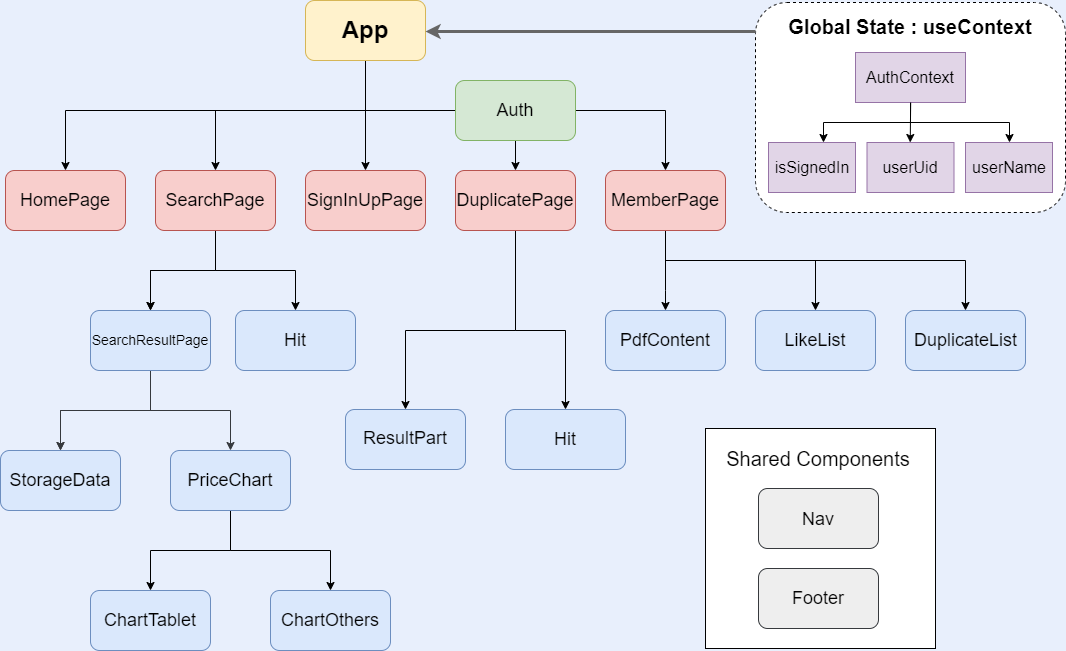
The draw.io diagram src/img/componentStructure.png in HeronCheng/Drugs-4-U, before a commit. Source tidied: cells renumbered, new cells last; positions are measured from the earlier drawing's top-left corner, leaving out a move shared by most shapes.
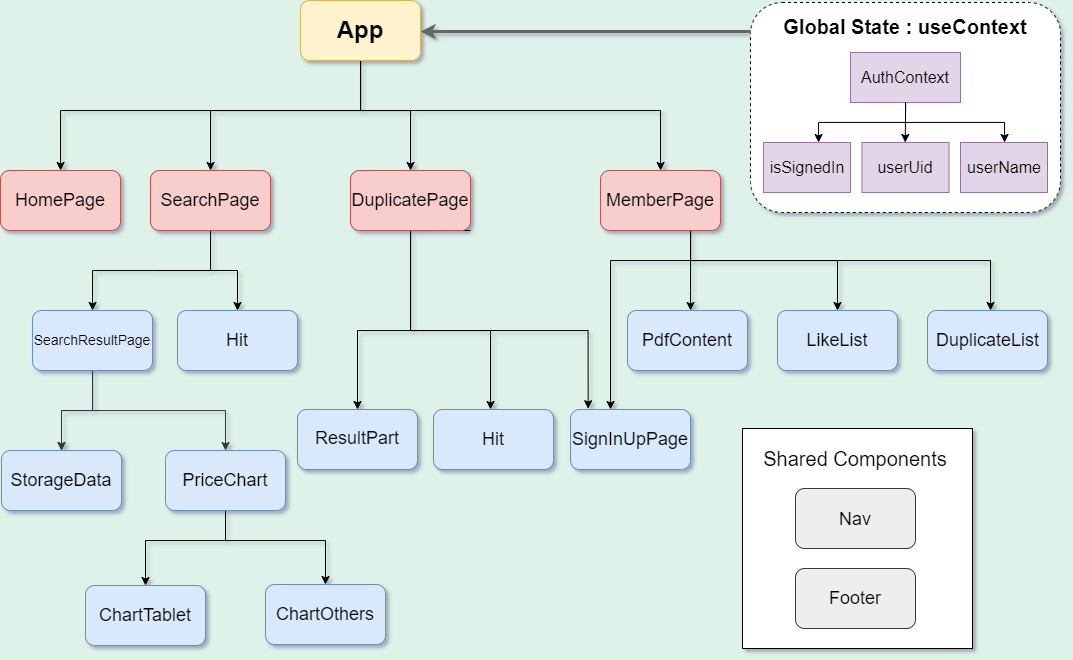
The same diagram one commit later.

Commit message:
依照老師建議更改使用者登入的component寫法並重新繪製component structure design

The edit, as a diff of the source:
```diff
@@ -1,2 +1,2 @@
-<mxGraphModel background="#E8EFFC">
+<mxGraphModel background="#DFF2EA">
   <root>
@@ -24,3 +24,3 @@
           <mxPoint x="365" y="110" />
-          <mxPoint x="515" y="110" />
+          <mxPoint x="415" y="110" />
         </Array>
@@ -36,5 +36,2 @@
     </mxCell>
-    <mxCell id="6" style="edgeStyle=orthogonalEdgeStyle;rounded=0;jettySize=auto;html=1;fontSize=18;fontFamily=Helvetica;" parent="1" edge="1" source="7" target="12">
-      <mxGeometry relative="1" as="geometry" />
-    </mxCell>
     <mxCell id="7" value="&lt;font style=&quot;font-size: 24px;&quot;&gt;&lt;b&gt;App&lt;/b&gt;&lt;/font&gt;" style="rounded=1;whiteSpace=wrap;html=1;fontFamily=Helvetica;fillColor=#fff2cc;strokeColor=#d6b656;" parent="1" vertex="1">
@@ -45,13 +42,5 @@
     </mxCell>
-    <mxCell id="9" style="edgeStyle=orthogonalEdgeStyle;rounded=0;jettySize=auto;html=1;fontSize=18;fontFamily=Helvetica;" parent="1" edge="1" source="11" target="23">
-      <mxGeometry relative="1" as="geometry" />
-    </mxCell>
-    <mxCell id="10" style="edgeStyle=orthogonalEdgeStyle;rounded=0;jettySize=auto;html=1;fontSize=18;fontFamily=Helvetica;" parent="1" edge="1" source="11" target="23">
-      <mxGeometry relative="1" as="geometry">
-        <Array as="points">
-          <mxPoint x="215" y="270" />
-          <mxPoint x="150" y="270" />
-        </Array>
-      </mxGeometry>
-    </mxCell>
+    <mxCell id="59" style="edgeStyle=orthogonalEdgeStyle;rounded=0;jettySize=auto;html=1;fontSize=18;fontFamily=Helvetica;" parent="1" edge="1" source="11" target="23">
+      <mxGeometry relative="1" as="geometry" />
+    </mxCell>
     <mxCell id="11" value="&lt;span style=&quot;font-size: 18px;&quot;&gt;SearchPage&lt;/span&gt;" style="rounded=1;whiteSpace=wrap;html=1;fontFamily=Helvetica;fillColor=#f8cecc;strokeColor=#b85450;" parent="1" vertex="1">
@@ -59,5 +48,2 @@
     </mxCell>
-    <mxCell id="12" value="&lt;span style=&quot;font-size: 18px;&quot;&gt;SignInUpPage&lt;/span&gt;" style="whiteSpace=wrap;html=1;rounded=1;fontFamily=Helvetica;fillColor=#f8cecc;strokeColor=#b85450;" parent="1" vertex="1">
-      <mxGeometry x="305" y="170" width="120" height="60" as="geometry" />
-    </mxCell>
     <mxCell id="13" style="edgeStyle=orthogonalEdgeStyle;rounded=0;jettySize=auto;html=1;fontSize=18;fontFamily=Helvetica;" parent="1" edge="1" source="15" target="35">
@@ -65,4 +51,4 @@
         <Array as="points">
-          <mxPoint x="515" y="330" />
-          <mxPoint x="565" y="330" />
+          <mxPoint x="415" y="330" />
+          <mxPoint x="495" y="330" />
         </Array>
@@ -70,12 +56,21 @@
     </mxCell>
-    <mxCell id="14" style="edgeStyle=orthogonalEdgeStyle;rounded=0;jettySize=auto;html=1;fontFamily=Helvetica;fontSize=16;fontColor=#000000;" parent="1" edge="1" source="15" target="41">
-      <mxGeometry relative="1" as="geometry">
-        <Array as="points">
-          <mxPoint x="515" y="330" />
-          <mxPoint x="405" y="330" />
-        </Array>
-      </mxGeometry>
-    </mxCell>
+    <mxCell id="60" style="edgeStyle=orthogonalEdgeStyle;rounded=0;jettySize=auto;html=1;fontFamily=Helvetica;fontSize=16;fontColor=#000000;" parent="1" edge="1" source="15" target="69">
+      <mxGeometry relative="1" as="geometry">
+        <Array as="points">
+          <mxPoint x="415" y="330" />
+          <mxPoint x="362" y="330" />
+        </Array>
+      </mxGeometry>
+    </mxCell>
+    <mxCell id="61" style="edgeStyle=orthogonalEdgeStyle;rounded=0;jettySize=auto;html=1;exitX=1;exitY=1;exitDx=0;exitDy=0;entryX=0.147;entryY=-0.013;entryDx=0;entryDy=0;entryPerimeter=0;" parent="1" edge="1" source="15" target="12">
+      <mxGeometry relative="1" as="geometry">
+        <Array as="points">
+          <mxPoint x="415" y="230" />
+          <mxPoint x="415" y="330" />
+          <mxPoint x="593" y="330" />
+        </Array>
+      </mxGeometry>
+    </mxCell>
     <mxCell id="15" value="&lt;span style=&quot;font-size: 18px;&quot;&gt;DuplicatePage&lt;/span&gt;" style="whiteSpace=wrap;html=1;rounded=1;fontFamily=Helvetica;fillColor=#f8cecc;strokeColor=#b85450;" parent="1" vertex="1">
-      <mxGeometry x="455" y="170" width="120" height="60" as="geometry" />
+      <mxGeometry x="355" y="170" width="120" height="60" as="geometry" />
     </mxCell>
@@ -84,4 +79,4 @@
         <Array as="points">
-          <mxPoint x="665" y="290" />
-          <mxPoint x="665" y="290" />
+          <mxPoint x="695" y="290" />
+          <mxPoint x="695" y="290" />
         </Array>
@@ -92,4 +87,4 @@
         <Array as="points">
-          <mxPoint x="665" y="260" />
-          <mxPoint x="815" y="260" />
+          <mxPoint x="695" y="260" />
+          <mxPoint x="842" y="260" />
         </Array>
@@ -97,11 +92,19 @@
     </mxCell>
-    <mxCell id="18" style="edgeStyle=orthogonalEdgeStyle;rounded=0;jettySize=auto;html=1;exitX=1;exitY=0.25;exitDx=0;exitDy=0;fontFamily=Helvetica;fontSize=18;fontColor=#000000;" parent="1" edge="1" source="19" target="40">
-      <mxGeometry relative="1" as="geometry">
-        <Array as="points">
-          <mxPoint x="665" y="185" />
-          <mxPoint x="665" y="260" />
-          <mxPoint x="965" y="260" />
-        </Array>
-      </mxGeometry>
-    </mxCell>
+    <mxCell id="62" style="edgeStyle=orthogonalEdgeStyle;rounded=0;jettySize=auto;html=1;exitX=1;exitY=0.25;exitDx=0;exitDy=0;fontFamily=Helvetica;fontSize=18;fontColor=#000000;" parent="1" edge="1" source="19" target="68">
+      <mxGeometry relative="1" as="geometry">
+        <Array as="points">
+          <mxPoint x="695" y="185" />
+          <mxPoint x="695" y="260" />
+          <mxPoint x="995" y="260" />
+        </Array>
+      </mxGeometry>
+    </mxCell>
+    <mxCell id="63" style="edgeStyle=orthogonalEdgeStyle;rounded=0;jettySize=auto;html=1;" parent="1" edge="1" source="19" target="12">
+      <mxGeometry relative="1" as="geometry">
+        <Array as="points">
+          <mxPoint x="695" y="260" />
+          <mxPoint x="615" y="260" />
+        </Array>
+      </mxGeometry>
+    </mxCell>
     <mxCell id="19" value="&lt;span style=&quot;font-size: 18px;&quot;&gt;MemberPage&lt;/span&gt;" style="whiteSpace=wrap;html=1;rounded=1;fontFamily=Helvetica;fillColor=#f8cecc;strokeColor=#b85450;" parent="1" vertex="1">
@@ -109,22 +112,37 @@
     </mxCell>
-    <mxCell id="20" style="edgeStyle=orthogonalEdgeStyle;rounded=0;jettySize=auto;html=1;fontSize=18;fontFamily=Helvetica;fillColor=#cce5ff;strokeColor=#36393d;" parent="1" edge="1" source="23" target="24">
-      <mxGeometry relative="1" as="geometry" />
-    </mxCell>
-    <mxCell id="21" style="edgeStyle=orthogonalEdgeStyle;rounded=0;jettySize=auto;html=1;fontSize=18;fontFamily=Helvetica;fillColor=#cce5ff;strokeColor=#36393d;" parent="1" edge="1" source="23" target="24">
-      <mxGeometry relative="1" as="geometry" />
-    </mxCell>
+    <mxCell id="64" style="edgeStyle=orthogonalEdgeStyle;rounded=0;jettySize=auto;html=1;fontSize=18;fontFamily=Helvetica;fillColor=#cce5ff;strokeColor=#36393d;" parent="1" edge="1" source="23" target="24">
+      <mxGeometry relative="1" as="geometry" />
+    </mxCell>
+    <mxCell id="65" style="edgeStyle=orthogonalEdgeStyle;rounded=0;jettySize=auto;html=1;fontSize=18;fontFamily=Helvetica;fillColor=#cce5ff;strokeColor=#36393d;" parent="1" edge="1" source="23" target="24">
+      <mxGeometry relative="1" as="geometry" />
+    </mxCell>
     <mxCell id="22" style="edgeStyle=orthogonalEdgeStyle;rounded=0;jettySize=auto;html=1;fontSize=18;fontFamily=Helvetica;fillColor=#cce5ff;strokeColor=#36393d;" parent="1" edge="1" source="23" target="27">
-      <mxGeometry relative="1" as="geometry" />
+      <mxGeometry relative="1" as="geometry">
+        <Array as="points">
+          <mxPoint x="97" y="410" />
+          <mxPoint x="230" y="410" />
+        </Array>
+      </mxGeometry>
     </mxCell>
     <mxCell id="23" value="&lt;font style=&quot;font-size: 14px;&quot;&gt;SearchResultPage&lt;/font&gt;" style="whiteSpace=wrap;html=1;rounded=1;fontFamily=Helvetica;fillColor=#dae8fc;strokeColor=#6c8ebf;" parent="1" vertex="1">
-      <mxGeometry x="90" y="310" width="120" height="60" as="geometry" />
+      <mxGeometry x="37" y="310" width="120" height="60" as="geometry" />
     </mxCell>
     <mxCell id="24" value="&lt;span style=&quot;font-size: 18px;&quot;&gt;StorageData&lt;/span&gt;" style="whiteSpace=wrap;html=1;rounded=1;fontFamily=Helvetica;fillColor=#dae8fc;strokeColor=#6c8ebf;" parent="1" vertex="1">
-      <mxGeometry y="450" width="120" height="60" as="geometry" />
+      <mxGeometry x="6" y="450" width="120" height="60" as="geometry" />
     </mxCell>
     <mxCell id="25" style="edgeStyle=orthogonalEdgeStyle;rounded=0;jettySize=auto;html=1;fontSize=18;fontFamily=Helvetica;fillColor=#dae8fc;strokeColor=#000000;" parent="1" edge="1" source="27" target="28">
-      <mxGeometry relative="1" as="geometry" />
+      <mxGeometry relative="1" as="geometry">
+        <Array as="points">
+          <mxPoint x="230" y="540" />
+          <mxPoint x="150" y="540" />
+        </Array>
+      </mxGeometry>
     </mxCell>
     <mxCell id="26" style="edgeStyle=orthogonalEdgeStyle;rounded=0;jettySize=auto;html=1;fontSize=18;fontFamily=Helvetica;fillColor=#dae8fc;strokeColor=#000000;" parent="1" edge="1" source="27" target="29">
-      <mxGeometry relative="1" as="geometry" />
+      <mxGeometry relative="1" as="geometry">
+        <Array as="points">
+          <mxPoint x="230" y="540" />
+          <mxPoint x="330" y="540" />
+        </Array>
+      </mxGeometry>
     </mxCell>
@@ -134,53 +152,50 @@
     <mxCell id="28" value="&lt;span style=&quot;font-size: 18px;&quot;&gt;ChartTablet&lt;/span&gt;" style="whiteSpace=wrap;html=1;rounded=1;fontFamily=Helvetica;fillColor=#dae8fc;strokeColor=#6c8ebf;" parent="1" vertex="1">
-      <mxGeometry x="90" y="590" width="120" height="60" as="geometry" />
+      <mxGeometry x="90" y="585" width="120" height="60" as="geometry" />
     </mxCell>
     <mxCell id="29" value="&lt;span style=&quot;font-size: 18px;&quot;&gt;ChartOthers&lt;/span&gt;" style="whiteSpace=wrap;html=1;rounded=1;fontFamily=Helvetica;fillColor=#dae8fc;strokeColor=#6c8ebf;" parent="1" vertex="1">
-      <mxGeometry x="270" y="590" width="120" height="60" as="geometry" />
+      <mxGeometry x="270" y="584" width="120" height="60" as="geometry" />
     </mxCell>
-    <mxCell id="30" style="rounded=0;whiteSpace=wrap;html=1;fontSize=18;fontFamily=Helvetica;" parent="1" vertex="1">
-      <mxGeometry x="705" y="428" width="230" height="220" as="geometry" />
-    </mxCell>
+    <mxCell id="66" style="rounded=0;whiteSpace=wrap;html=1;fontSize=18;fontFamily=Helvetica;" parent="1" vertex="1">
+      <mxGeometry x="747" y="428" width="230" height="220" as="geometry" />
+    </mxCell>
     <mxCell id="31" value="Shared Components" style="text;html=1;strokeColor=none;fillColor=none;align=center;verticalAlign=middle;whiteSpace=wrap;rounded=0;fontSize=20;fontFamily=Helvetica;" parent="1" vertex="1">
-      <mxGeometry x="718" y="443" width="200" height="30" as="geometry" />
+      <mxGeometry x="760" y="443" width="200" height="30" as="geometry" />
     </mxCell>
     <mxCell id="32" value="&lt;span style=&quot;font-size: 18px;&quot;&gt;Nav&lt;/span&gt;" style="rounded=1;whiteSpace=wrap;html=1;fontSize=20;fontFamily=Helvetica;fillColor=#eeeeee;strokeColor=#36393d;" parent="1" vertex="1">
-      <mxGeometry x="758" y="488" width="120" height="60" as="geometry" />
+      <mxGeometry x="800" y="488" width="120" height="60" as="geometry" />
     </mxCell>
     <mxCell id="33" value="Footer" style="rounded=1;whiteSpace=wrap;html=1;fontSize=18;fontFamily=Helvetica;fillColor=#eeeeee;strokeColor=#36393d;" parent="1" vertex="1">
-      <mxGeometry x="758" y="568" width="120" height="60" as="geometry" />
+      <mxGeometry x="800" y="568" width="120" height="60" as="geometry" />
     </mxCell>
-    <mxCell id="34" value="Auth" style="rounded=1;whiteSpace=wrap;html=1;fontSize=18;fontFamily=Helvetica;fillColor=#d5e8d4;strokeColor=#82b366;" parent="1" vertex="1">
-      <mxGeometry x="455" y="80" width="120" height="60" as="geometry" />
-    </mxCell>
     <mxCell id="35" value="&lt;font style=&quot;font-size: 18px;&quot;&gt;Hit&lt;/font&gt;" style="whiteSpace=wrap;html=1;rounded=1;fontFamily=Helvetica;fillColor=#dae8fc;strokeColor=#6c8ebf;" parent="1" vertex="1">
-      <mxGeometry x="505" y="409" width="120" height="60" as="geometry" />
+      <mxGeometry x="438" y="409" width="120" height="60" as="geometry" />
     </mxCell>
     <mxCell id="36" value="&lt;span style=&quot;&quot;&gt;Hit&lt;/span&gt;" style="rounded=1;whiteSpace=wrap;html=1;fontSize=18;fontFamily=Helvetica;fillColor=#dae8fc;strokeColor=#6c8ebf;" parent="1" vertex="1">
-      <mxGeometry x="235" y="310" width="120" height="60" as="geometry" />
+      <mxGeometry x="182" y="310" width="120" height="60" as="geometry" />
     </mxCell>
-    <mxCell id="37" style="endArrow=classic;html=1;rounded=0;fontSize=18;entryX=0.5;entryY=0;entryDx=0;entryDy=0;fontFamily=Helvetica;" parent="1" edge="1" target="36">
-      <mxGeometry relative="1" as="geometry">
-        <mxPoint x="215" y="270" as="sourcePoint" />
-        <Array as="points">
-          <mxPoint x="295" y="270" />
-        </Array>
-      </mxGeometry>
-    </mxCell>
+    <mxCell id="67" style="endArrow=classic;html=1;rounded=0;fontSize=18;entryX=0.5;entryY=0;entryDx=0;entryDy=0;fontFamily=Helvetica;" parent="1" edge="1" target="36">
+      <mxGeometry relative="1" as="geometry">
+        <mxPoint x="162" y="270" as="sourcePoint" />
+        <Array as="points">
+          <mxPoint x="242" y="270" />
+        </Array>
+      </mxGeometry>
+    </mxCell>
     <mxCell id="38" value="&lt;div style=&quot;font-size: 18px; line-height: 19px;&quot;&gt;&lt;span style=&quot;background-color: rgb(218, 232, 252);&quot;&gt;PdfContent&lt;/span&gt;&lt;/div&gt;" style="whiteSpace=wrap;html=1;rounded=1;fontFamily=Helvetica;fillColor=#dae8fc;strokeColor=#6c8ebf;" parent="1" vertex="1">
-      <mxGeometry x="605" y="310" width="120" height="60" as="geometry" />
+      <mxGeometry x="632" y="310" width="120" height="60" as="geometry" />
     </mxCell>
     <mxCell id="39" value="&lt;font style=&quot;font-size: 18px;&quot;&gt;LikeList&lt;/font&gt;" style="whiteSpace=wrap;html=1;rounded=1;fontFamily=Helvetica;fillColor=#dae8fc;strokeColor=#6c8ebf;" parent="1" vertex="1">
-      <mxGeometry x="755" y="310" width="120" height="60" as="geometry" />
+      <mxGeometry x="782" y="310" width="120" height="60" as="geometry" />
     </mxCell>
-    <mxCell id="40" value="&lt;div style=&quot;line-height: 19px;&quot;&gt;&lt;br&gt;&lt;/div&gt;" style="rounded=1;whiteSpace=wrap;html=1;labelBackgroundColor=#FFFFFF;fontFamily=Helvetica;fontSize=18;fillColor=#dae8fc;strokeColor=#6c8ebf;" parent="1" vertex="1">
-      <mxGeometry x="905" y="310" width="120" height="60" as="geometry" />
-    </mxCell>
-    <mxCell id="41" value="&lt;div style=&quot;line-height: 19px;&quot;&gt;&lt;br&gt;&lt;/div&gt;" style="rounded=1;whiteSpace=wrap;html=1;labelBackgroundColor=#FFFFFF;fontFamily=Helvetica;fontSize=16;fillColor=#dae8fc;strokeColor=#6c8ebf;align=center;" parent="1" vertex="1">
-      <mxGeometry x="345" y="409" width="120" height="60" as="geometry" />
-    </mxCell>
+    <mxCell id="68" value="&lt;div style=&quot;line-height: 19px;&quot;&gt;&lt;br&gt;&lt;/div&gt;" style="rounded=1;whiteSpace=wrap;html=1;labelBackgroundColor=#FFFFFF;fontFamily=Helvetica;fontSize=18;fillColor=#dae8fc;strokeColor=#6c8ebf;" parent="1" vertex="1">
+      <mxGeometry x="932" y="310" width="120" height="60" as="geometry" />
+    </mxCell>
+    <mxCell id="69" value="&lt;div style=&quot;line-height: 19px;&quot;&gt;&lt;br&gt;&lt;/div&gt;" style="rounded=1;whiteSpace=wrap;html=1;labelBackgroundColor=#FFFFFF;fontFamily=Helvetica;fontSize=16;fillColor=#dae8fc;strokeColor=#6c8ebf;align=center;" parent="1" vertex="1">
+      <mxGeometry x="302" y="409" width="120" height="60" as="geometry" />
+    </mxCell>
     <mxCell id="42" value="&lt;font style=&quot;font-size: 18px;&quot;&gt;DuplicateList&lt;/font&gt;" style="text;html=1;strokeColor=none;fillColor=#DAE8FC;align=center;verticalAlign=middle;whiteSpace=wrap;rounded=0;labelBackgroundColor=#DAE8FC;fontFamily=Helvetica;fontSize=14;" parent="1" vertex="1">
-      <mxGeometry x="935" y="325" width="61" height="30" as="geometry" />
+      <mxGeometry x="962" y="325" width="61" height="30" as="geometry" />
     </mxCell>
     <mxCell id="43" value="&#10;&lt;span style=&quot;color: rgb(0, 0, 0); font-family: Helvetica; font-size: 18px; font-style: normal; font-variant-ligatures: normal; font-variant-caps: normal; font-weight: 400; letter-spacing: normal; orphans: 2; text-align: center; text-indent: 0px; text-transform: none; widows: 2; word-spacing: 0px; -webkit-text-stroke-width: 0px; text-decoration-thickness: initial; text-decoration-style: initial; text-decoration-color: initial; float: none; display: inline !important;&quot;&gt;ResultPart&lt;/span&gt;&#10;&#10;" style="text;html=1;strokeColor=none;fillColor=#dae8fc;align=center;verticalAlign=middle;whiteSpace=wrap;rounded=0;labelBackgroundColor=none;fontFamily=Helvetica;fontSize=18;" parent="1" vertex="1">
-      <mxGeometry x="355" y="434" width="100" height="30" as="geometry" />
+      <mxGeometry x="312" y="434" width="100" height="30" as="geometry" />
     </mxCell>
@@ -189,12 +204,12 @@
     </mxCell>
-    <mxCell id="45" style="edgeStyle=orthogonalEdgeStyle;orthogonalLoop=1;jettySize=auto;html=1;fontFamily=Helvetica;fontSize=16;fontColor=#000000;strokeColor=#666666;strokeWidth=3;rounded=1;shadow=0;" parent="1" edge="1">
-      <mxGeometry relative="1" as="geometry">
-        <mxPoint x="755" y="31" as="sourcePoint" />
-        <mxPoint x="425" y="31" as="targetPoint" />
-        <Array as="points">
-          <mxPoint x="475" y="31" />
-          <mxPoint x="475" y="31" />
-        </Array>
-      </mxGeometry>
-    </mxCell>
+    <mxCell id="70" style="edgeStyle=orthogonalEdgeStyle;orthogonalLoop=1;jettySize=auto;html=1;fontFamily=Helvetica;fontSize=16;fontColor=#000000;strokeColor=#666666;strokeWidth=3;rounded=1;shadow=0;" parent="1" edge="1">
+      <mxGeometry relative="1" as="geometry">
+        <mxPoint x="755" y="31" as="sourcePoint" />
+        <mxPoint x="425" y="31" as="targetPoint" />
+        <Array as="points">
+          <mxPoint x="475" y="31" />
+          <mxPoint x="475" y="31" />
+        </Array>
+      </mxGeometry>
+    </mxCell>
     <mxCell id="46" value="&lt;font style=&quot;font-size: 20px;&quot;&gt;Global State : useContext&lt;/font&gt;" style="text;html=1;strokeColor=none;fillColor=none;align=center;verticalAlign=middle;whiteSpace=wrap;rounded=0;labelBackgroundColor=#FFFFFF;fontFamily=Helvetica;fontSize=18;fontColor=#000000;fontStyle=1;" parent="1" vertex="1">
@@ -238,8 +253,8 @@
     </mxCell>
-    <mxCell id="54" style="endArrow=classic;html=1;rounded=0;fontFamily=Helvetica;fontSize=16;fontColor=#000000;strokeColor=#000000;" parent="1" edge="1">
-      <mxGeometry relative="1" as="geometry">
-        <mxPoint x="910.2" y="102" as="sourcePoint" />
-        <mxPoint x="909.7" y="142" as="targetPoint" />
-      </mxGeometry>
-    </mxCell>
+    <mxCell id="71" style="endArrow=classic;html=1;rounded=0;fontFamily=Helvetica;fontSize=16;fontColor=#000000;strokeColor=#000000;" parent="1" edge="1">
+      <mxGeometry relative="1" as="geometry">
+        <mxPoint x="910.2" y="102" as="sourcePoint" />
+        <mxPoint x="909.7" y="142" as="targetPoint" />
+      </mxGeometry>
+    </mxCell>
     <mxCell id="55" value="&#10;&lt;span style=&quot;color: rgb(0, 0, 0); font-family: Helvetica; font-size: 16px; font-style: normal; font-variant-ligatures: normal; font-variant-caps: normal; font-weight: 400; letter-spacing: normal; orphans: 2; text-align: center; text-indent: 0px; text-transform: none; widows: 2; word-spacing: 0px; -webkit-text-stroke-width: 0px; text-decoration-thickness: initial; text-decoration-style: initial; text-decoration-color: initial; float: none; display: inline !important;&quot;&gt;AuthContext&lt;/span&gt;&#10;&#10;" style="text;html=1;strokeColor=none;fillColor=none;align=center;verticalAlign=middle;whiteSpace=wrap;rounded=0;labelBackgroundColor=none;fontFamily=Helvetica;fontSize=16;fontColor=#000000;" parent="1" vertex="1">
@@ -256,2 +271,5 @@
     </mxCell>
+    <mxCell id="12" value="&lt;span style=&quot;font-size: 18px;&quot;&gt;SignInUpPage&lt;/span&gt;" style="whiteSpace=wrap;html=1;rounded=1;fontFamily=Helvetica;fillColor=#dae8fc;strokeColor=#6c8ebf;" parent="1" vertex="1">
+      <mxGeometry x="575" y="409" width="120" height="60" as="geometry" />
+    </mxCell>
   </root>
```
